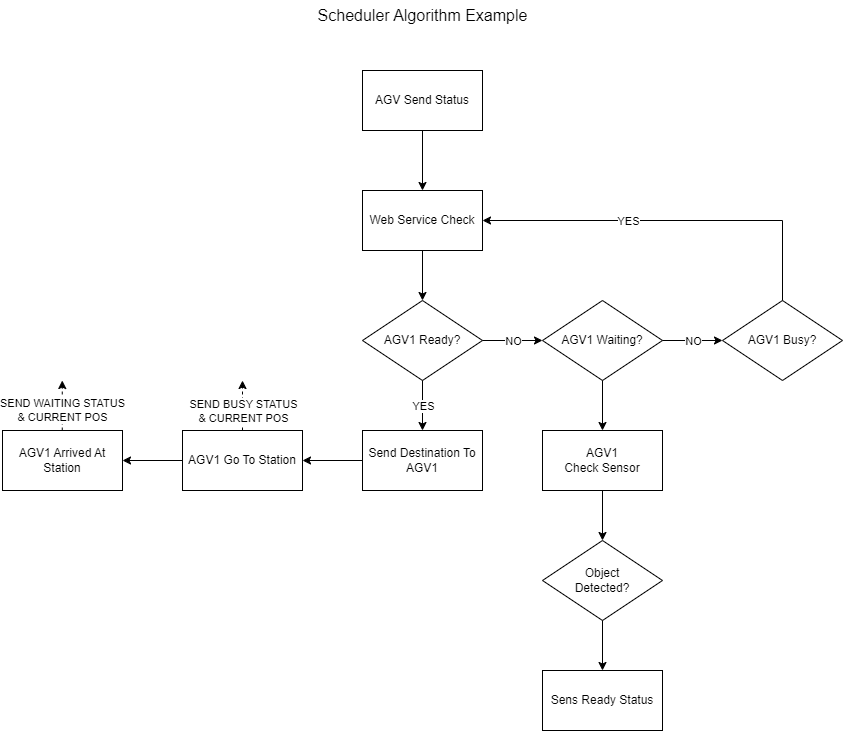
AlfonsusGiovanni/Automated-Guided-Vehicle keeps this draw.io diagram as Program/Breakdown/AGV Com Scheduler Diagram-Page-2.drawio.png. Above is the earlier version. Source tidied: cells renumbered, new cells last; positions are measured from the earlier drawing's top-left corner, leaving out a move shared by most shapes.
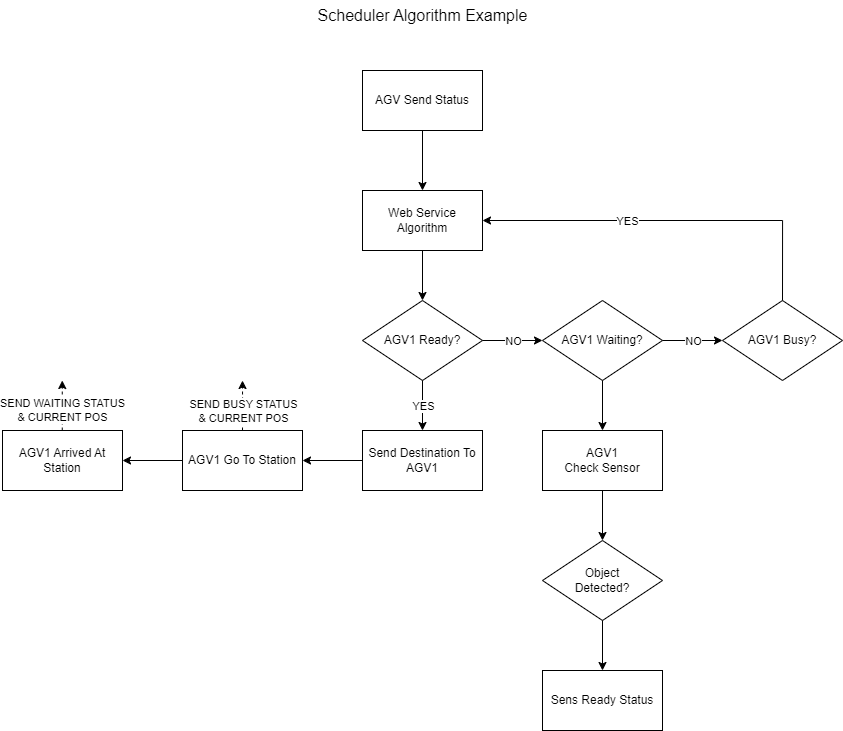
The same diagram one commit later.

What changed in the source:
```diff
@@ -14,7 +14,7 @@
     <mxCell id="5" style="edgeStyle=orthogonalEdgeStyle;rounded=0;jettySize=auto;html=1;" parent="1" edge="1" source="6" target="11">
       <mxGeometry relative="1" as="geometry" />
     </mxCell>
-    <mxCell id="6" value="Web Service Check" style="rounded=0;whiteSpace=wrap;html=1;fillColor=none;" parent="1" vertex="1">
+    <mxCell id="6" value="Web Service&lt;div&gt;A&lt;span style=&quot;background-color: initial;&quot;&gt;lgorithm&lt;/span&gt;&lt;/div&gt;" style="rounded=0;whiteSpace=wrap;html=1;fillColor=none;" parent="1" vertex="1">
       <mxGeometry x="360" y="190" width="120" height="60" as="geometry" />
     </mxCell>
     <mxCell id="7" style="edgeStyle=orthogonalEdgeStyle;rounded=0;jettySize=auto;html=1;" parent="1" edge="1" source="11" target="13">
```
